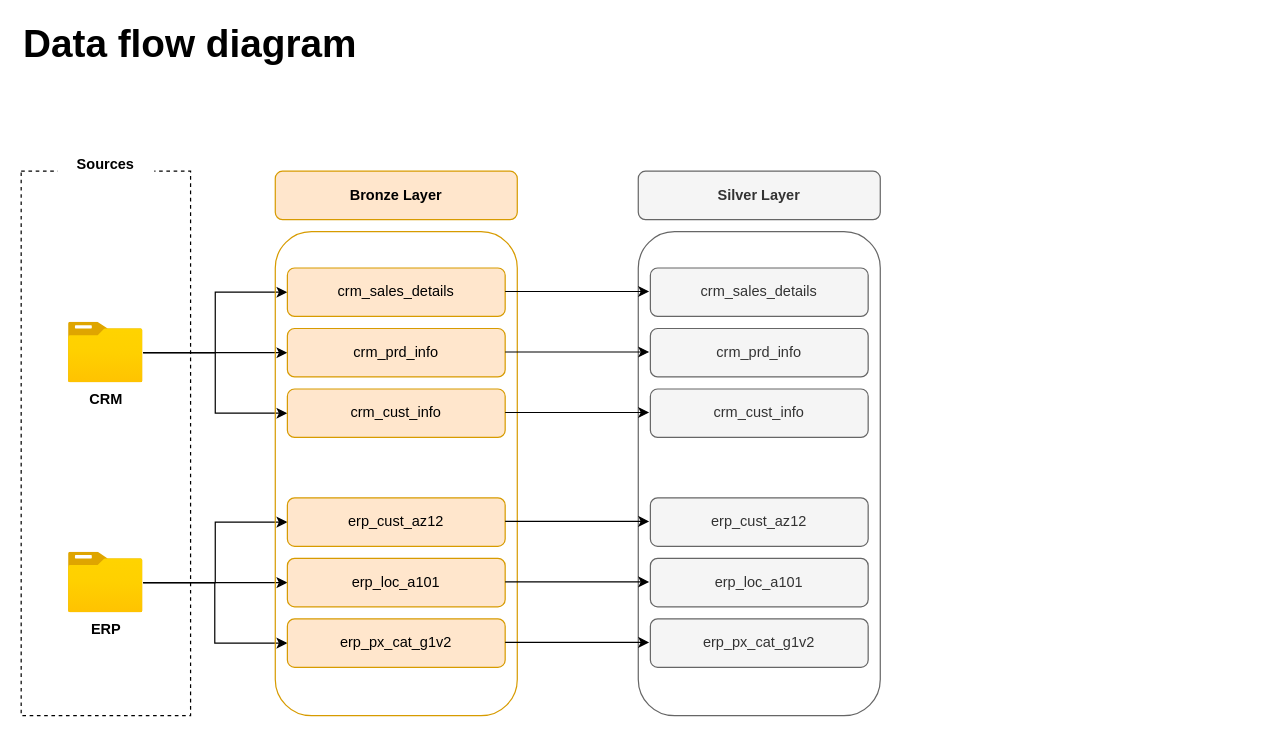
The draw.io diagram docs/data-flow-diagram.drawio in aswnvm/sql-data-warehouse-project, before the edit. Source tidied: cells renumbered, new cells numbered last; positions are measured from the earlier drawing's top-left corner, leaving out a move shared by most shapes. Both pictures are drawn from the tidied source at 121%, with x=0, y=0 at pixel (21, 25).
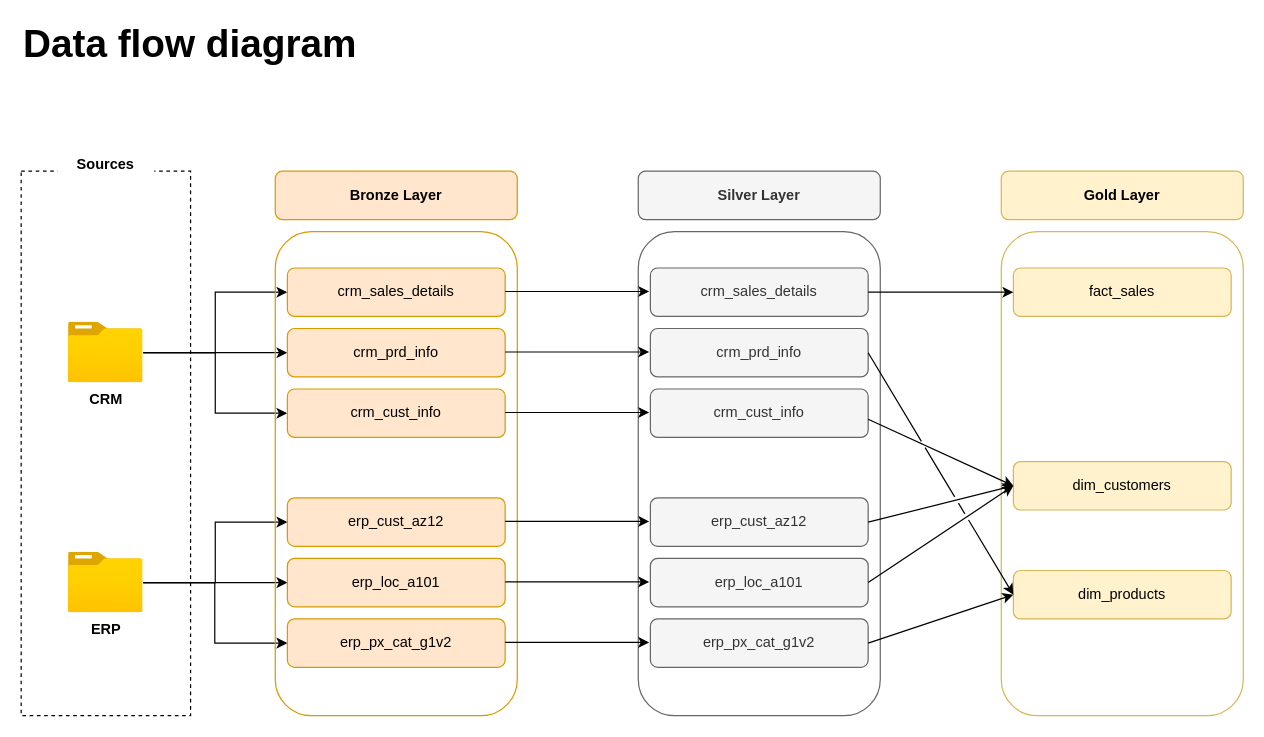
The same page after the edit.

Commit message (it also covers changes not shown here):
Changes:     - added gold.ddl_gold     - added data flow diagram     - added data flow diagram (.png)     - updated data-flow diagram     - updated data-flow diagram (png)

Diff of the diagram source:
```diff
@@
+    <mxCell id="35" style="rounded=1;whiteSpace=wrap;html=1;fillColor=none;strokeColor=#d6b656;" parent="1" vertex="1">
+      <mxGeometry x="810" y="170" width="200" height="400" as="geometry" />
+    </mxCell>
+    <mxCell id="36" value="&lt;b&gt;Gold Layer&lt;/b&gt;" style="rounded=1;whiteSpace=wrap;html=1;fillColor=#fff2cc;strokeColor=#d6b656;" parent="1" vertex="1">
+      <mxGeometry x="810" y="120" width="200" height="40" as="geometry" />
+    </mxCell>
+    <mxCell id="37" value="fact_sales" style="rounded=1;whiteSpace=wrap;html=1;fillColor=#fff2cc;strokeColor=#d6b656;" parent="1" vertex="1">
+      <mxGeometry x="820" y="200" width="180" height="40" as="geometry" />
+    </mxCell>
+    <mxCell id="38" value="dim_customers" style="rounded=1;whiteSpace=wrap;html=1;fillColor=#fff2cc;strokeColor=#d6b656;" parent="1" vertex="1">
+      <mxGeometry x="820" y="360" width="180" height="40" as="geometry" />
+    </mxCell>
+    <mxCell id="39" value="dim_products" style="rounded=1;whiteSpace=wrap;html=1;fillColor=#fff2cc;strokeColor=#d6b656;" parent="1" vertex="1">
+      <mxGeometry x="820" y="450" width="180" height="40" as="geometry" />
+    </mxCell>
+    <mxCell id="40" style="endArrow=classic;html=1;rounded=0;entryX=0;entryY=0.5;entryDx=0;entryDy=0;" parent="1" edge="1" target="37">
+      <mxGeometry relative="1" as="geometry">
+        <mxPoint x="700" y="220" as="sourcePoint" />
+      </mxGeometry>
+    </mxCell>
+    <mxCell id="41" style="endArrow=classic;html=1;rounded=0;entryX=0;entryY=0.5;entryDx=0;entryDy=0;jumpStyle=gap;" parent="1" edge="1" target="38">
+      <mxGeometry relative="1" as="geometry">
+        <mxPoint x="700" y="410" as="sourcePoint" />
+      </mxGeometry>
+    </mxCell>
+    <mxCell id="42" style="endArrow=classic;html=1;rounded=0;entryX=0;entryY=0.5;entryDx=0;entryDy=0;jumpStyle=gap;" parent="1" edge="1" target="38">
+      <mxGeometry relative="1" as="geometry">
+        <mxPoint x="700" y="325" as="sourcePoint" />
+      </mxGeometry>
+    </mxCell>
+    <mxCell id="43" style="endArrow=classic;html=1;rounded=0;jumpStyle=gap;" parent="1" edge="1">
+      <mxGeometry relative="1" as="geometry">
+        <mxPoint x="700" y="460" as="sourcePoint" />
+        <mxPoint x="820" y="380" as="targetPoint" />
+      </mxGeometry>
+    </mxCell>
+    <mxCell id="44" style="endArrow=classic;html=1;rounded=0;entryX=0;entryY=0.5;entryDx=0;entryDy=0;" parent="1" edge="1" target="39">
+      <mxGeometry relative="1" as="geometry">
+        <mxPoint x="700" y="510" as="sourcePoint" />
+      </mxGeometry>
+    </mxCell>
+    <mxCell id="45" style="endArrow=classic;html=1;rounded=0;jumpStyle=gap;" parent="1" edge="1">
+      <mxGeometry relative="1" as="geometry">
+        <mxPoint x="700" y="270" as="sourcePoint" />
+        <mxPoint x="820" y="470" as="targetPoint" />
+      </mxGeometry>
+    </mxCell>
```
